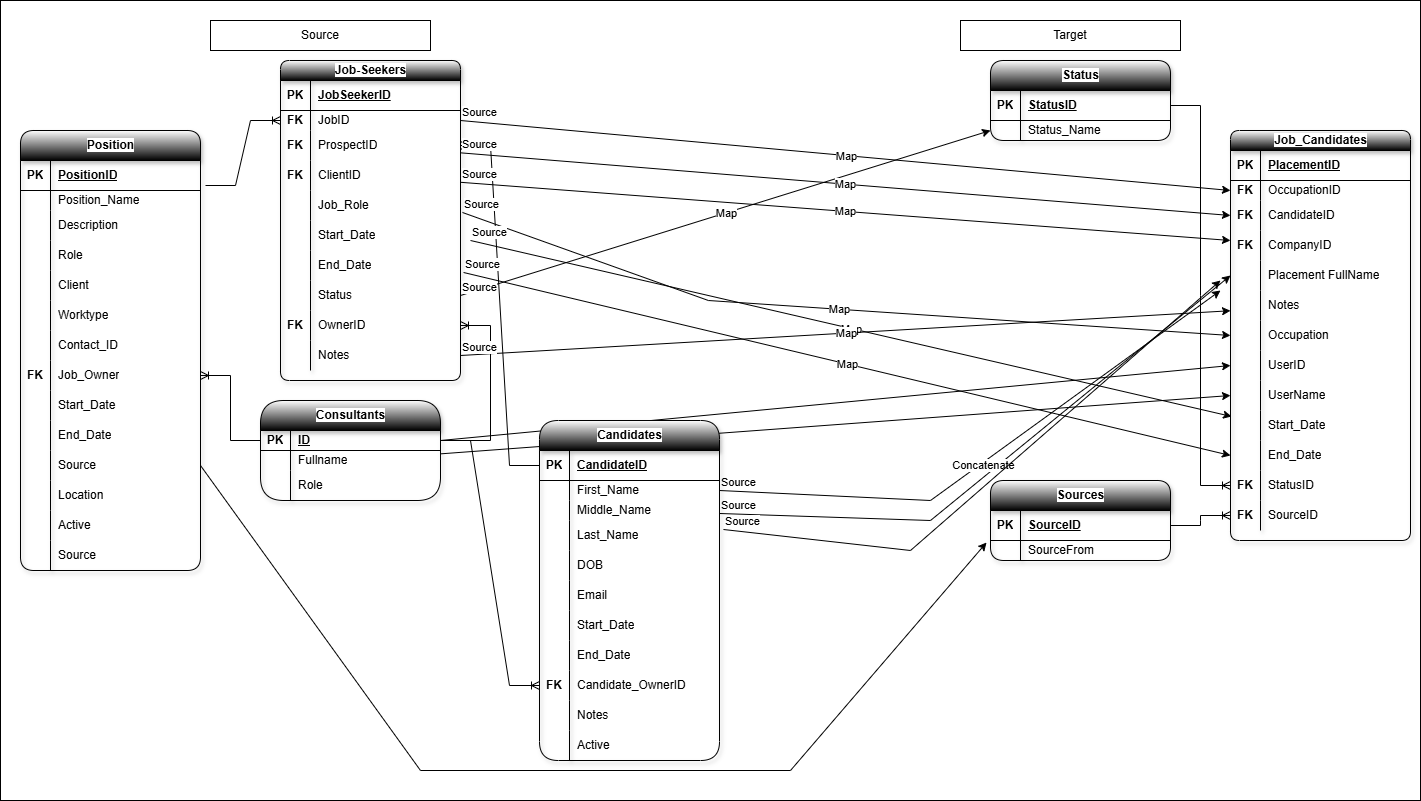
The draw.io diagram SQL Mapping.drawio.png in NayaDamptey/SQL-Data-Mapping-MetaData-Query, before a commit. Source tidied: cells renumbered, new cells last; positions are measured from the earlier drawing's top-left corner, leaving out a move shared by most shapes.
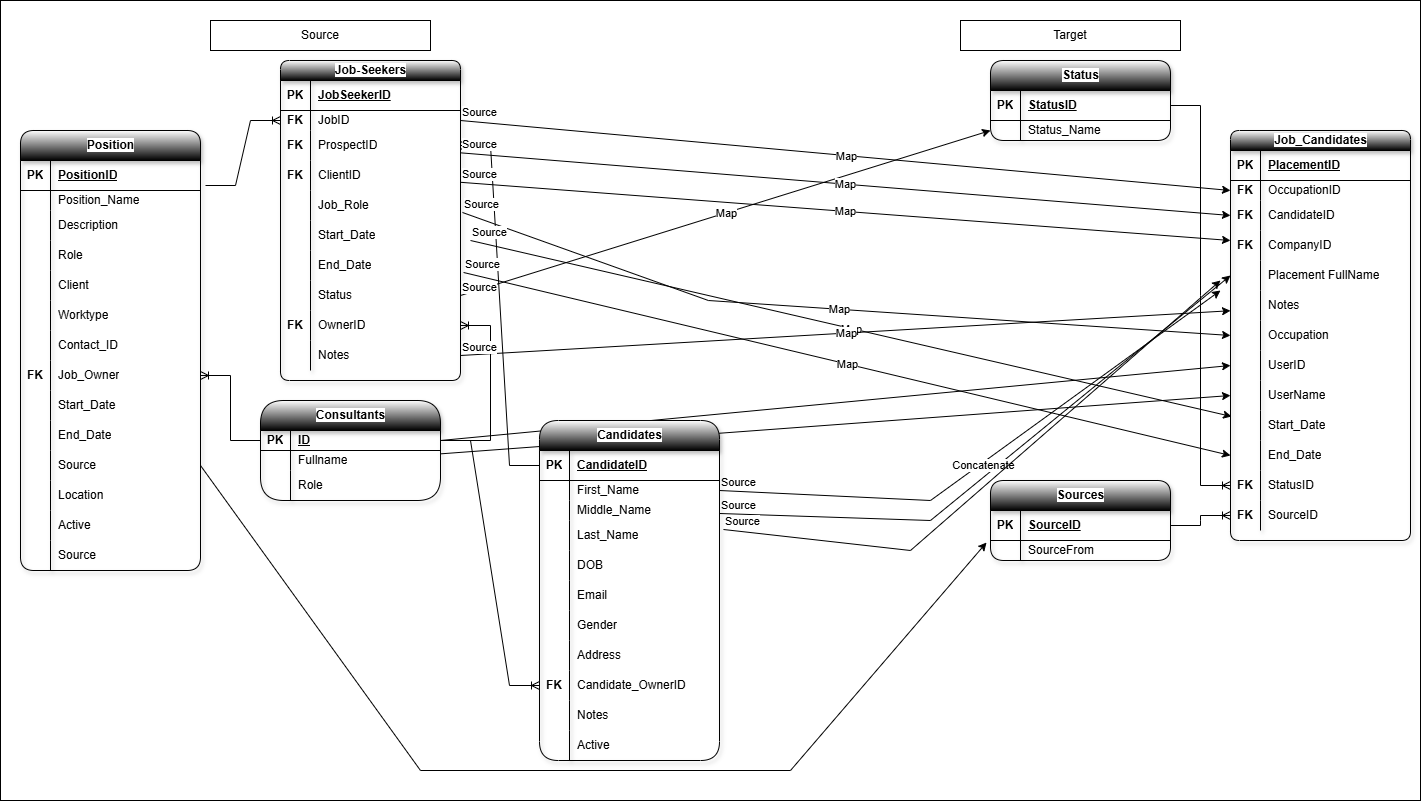
After the change.

Change to the diagram source:
```diff
@@ -700,7 +700,7 @@
     <mxCell id="207" style="shape=partialRectangle;fillColor=none;top=0;left=0;bottom=0;right=0;overflow=hidden;whiteSpace=wrap;html=1;" parent="206" vertex="1">
       <mxGeometry width="30" height="30" as="geometry" />
     </mxCell>
-    <mxCell id="208" value="Start_Date" style="shape=partialRectangle;fillColor=none;top=0;left=0;bottom=0;right=0;align=left;spacingLeft=6;overflow=hidden;whiteSpace=wrap;html=1;" parent="206" vertex="1">
+    <mxCell id="208" value="Gender" style="shape=partialRectangle;fillColor=none;top=0;left=0;bottom=0;right=0;align=left;spacingLeft=6;overflow=hidden;whiteSpace=wrap;html=1;" parent="206" vertex="1">
       <mxGeometry x="30" width="150" height="30" as="geometry" />
     </mxCell>
     <mxCell id="209" style="shape=tableRow;horizontal=0;startSize=0;swimlaneHead=0;swimlaneBody=0;fillColor=none;top=0;left=0;right=0;bottom=0;" parent="187" vertex="1">
@@ -709,7 +709,7 @@
     <mxCell id="210" style="shape=partialRectangle;fillColor=none;top=0;left=0;bottom=0;right=0;overflow=hidden;whiteSpace=wrap;html=1;" parent="209" vertex="1">
       <mxGeometry width="30" height="30" as="geometry" />
     </mxCell>
-    <mxCell id="211" value="End_Date" style="shape=partialRectangle;fillColor=none;top=0;left=0;bottom=0;right=0;align=left;spacingLeft=6;overflow=hidden;whiteSpace=wrap;html=1;" parent="209" vertex="1">
+    <mxCell id="211" value="Address" style="shape=partialRectangle;fillColor=none;top=0;left=0;bottom=0;right=0;align=left;spacingLeft=6;overflow=hidden;whiteSpace=wrap;html=1;" parent="209" vertex="1">
       <mxGeometry x="30" width="150" height="30" as="geometry" />
     </mxCell>
     <mxCell id="212" style="shape=tableRow;horizontal=0;startSize=0;swimlaneHead=0;swimlaneBody=0;fillColor=none;points=[[0,0.5],[1,0.5]];portConstraint=eastwest;top=0;left=0;right=0;bottom=0;" parent="187" vertex="1">
```
